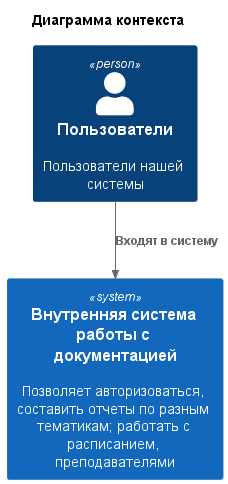
The PlantUML diagram out/Технический проект/context/Диаграмма контекста.png in LiD-Meggatech/architecture, before a commit.
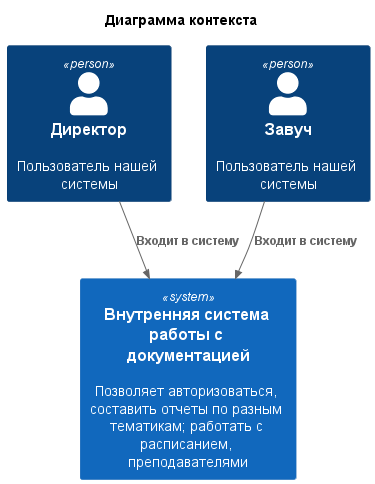
Above is the later version.

The edit, as a diff of the source:
```diff
@@ -3,10 +3,12 @@
 
 title Диаграмма контекста
 
-Person(user, "Пользователи", "Пользователи нашей системы")
+Person(director, "Директор", "Пользователь нашей системы")
+Person(headTeacher, "Завуч", "Пользователь нашей системы")
 
 System(system, "Внутренняя система работы с документацией", "Позволяет авторизоваться, составить отчеты по разным тематикам; работать с расписанием, преподавателями")
 
-Rel(user, system, "Входят в систему")
+Rel(director, system, "Входит в систему")
+Rel(headTeacher, system, "Входит в систему")
 
 @enduml
```
